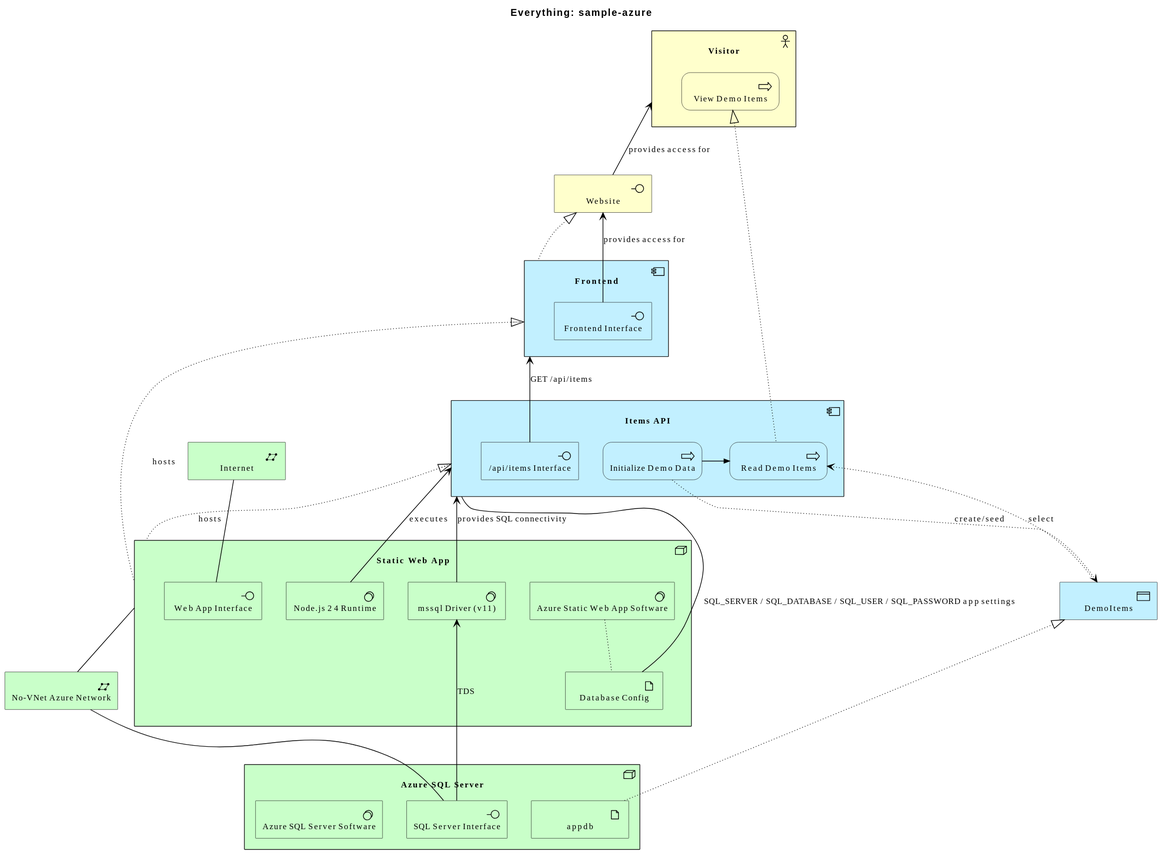
wolffy-au/frictionless-sample-azure keeps this PlantUML diagram as diagrams/overview.svg. Above is the earlier version.
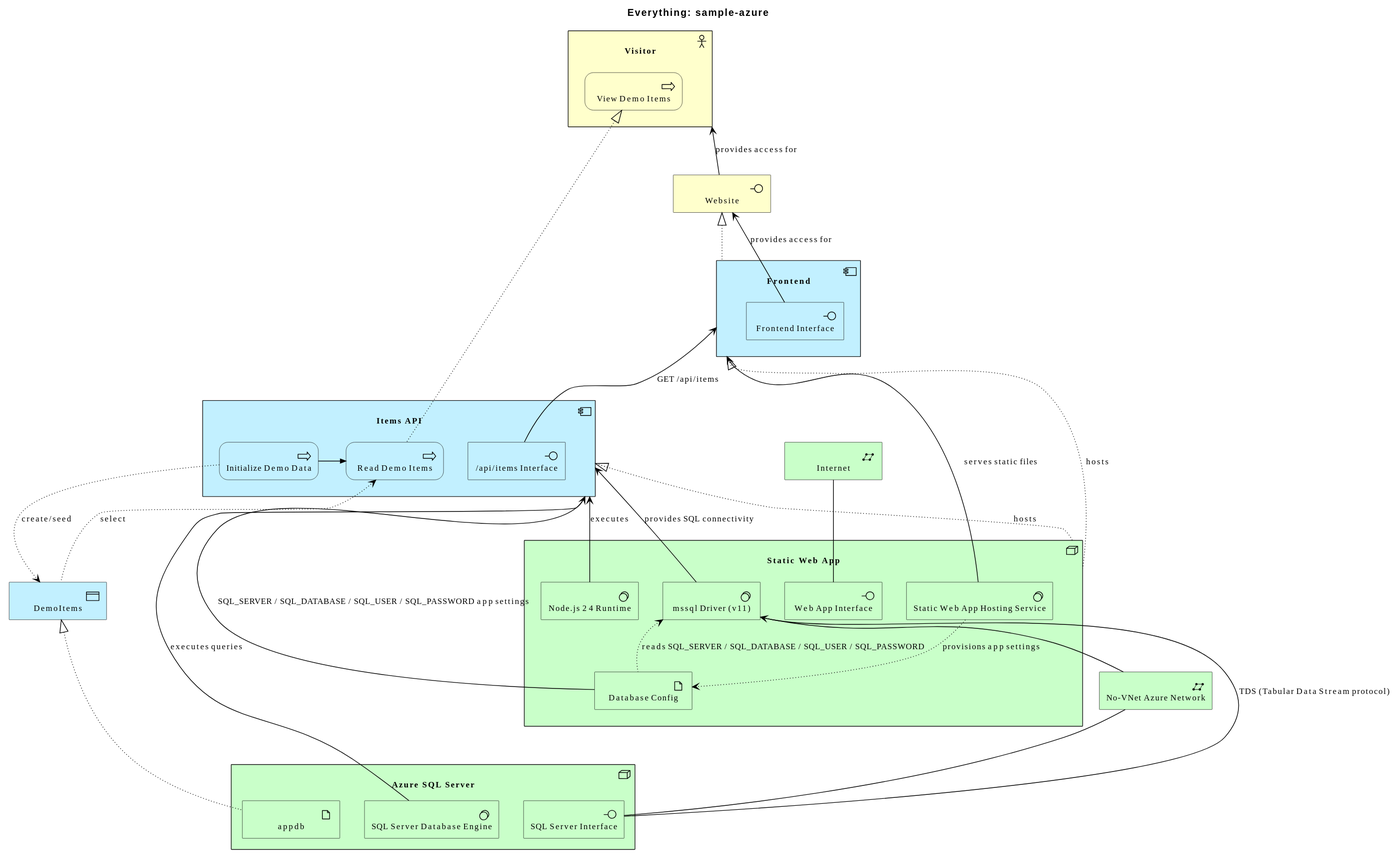
After the commit.

Commit message:
refactor(architecture): tighten sample-azure Technology layer elements and relationships

The edit, as a diff of the source:
```diff
@@ -7,14 +7,14 @@
 Technology_Node(e_id3db5d26be8ff56, "Static Web App") {
   Technology_Artifact(e_id1ee4629338065d, "Database Config")
   Technology_Interface(e_id33cc192ee35e5b, "Web App Interface")
-  Technology_SystemSoftware(e_id3b81282895f35e, "Azure Static Web App Software")
+  Technology_SystemSoftware(e_id3b81282895f35e, "Static Web App Hosting Service")
   Technology_SystemSoftware(e_id0d25a940b29254, "Node.js 24 Runtime")
   Technology_SystemSoftware(e_id4c5fc1cbb2f459, "mssql Driver (v11)")
 }
 Technology_Node(e_idd447595fb73a5f, "Azure SQL Server") {
   Technology_Artifact(e_idf0ecd6fb3b8b5b, "appdb")
   Technology_Interface(e_id76a7034dd9ab53, "SQL Server Interface")
-  Technology_SystemSoftware(e_id30920e0c9a155d, "Azure SQL Server Software")
+  Technology_SystemSoftware(e_id30920e0c9a155d, "SQL Server Database Engine")
 }
 Technology_CommunicationNetwork(e_id5deb57760c7b5f, "No-VNet Azure Network")
 Technology_CommunicationNetwork(e_id454e7b903b8357, "Internet")
@@ -34,7 +34,8 @@
 
 Rel_Realization_Up(e_idf0ecd6fb3b8b5b, e_id032efff5924e5e, "")
 Rel_Association(e_id1ee4629338065d, e_idb9118a54ded651, "SQL_SERVER / SQL_DATABASE / SQL_USER / SQL_PASSWORD app settings")
-Rel_Association(e_id3db5d26be8ff56, e_id5deb57760c7b5f, "")
+Rel_Serving_Up(e_id30920e0c9a155d, e_idb9118a54ded651, "executes queries")
+Rel_Serving_Up(e_id3b81282895f35e, e_id859316e8097157, "serves static files")
 Rel_Realization_Up(e_id3db5d26be8ff56, e_id859316e8097157, "hosts")
 Rel_Realization_Up(e_id3db5d26be8ff56, e_idb9118a54ded651, "hosts")
 Rel_Serving_Up(e_id27cc7f94392754, e_id859316e8097157, "GET /api/items")
@@ -47,8 +48,10 @@
 Rel_Serving_Up(e_idd8a8c6ca248e52, e_id66a63993dfde51, "provides access for")
 Rel_Association(e_id454e7b903b8357, e_id33cc192ee35e5b, "")
 Rel_Association(e_id5deb57760c7b5f, e_id76a7034dd9ab53, "")
-Rel_Access(e_id3b81282895f35e, e_id1ee4629338065d, "")
+Rel_Access_w(e_id3b81282895f35e, e_id1ee4629338065d, "provisions app settings")
 Rel_Serving_Up(e_id0d25a940b29254, e_idb9118a54ded651, "executes")
 Rel_Serving_Up(e_id4c5fc1cbb2f459, e_idb9118a54ded651, "provides SQL connectivity")
-Rel_Serving_Up(e_id76a7034dd9ab53, e_id4c5fc1cbb2f459, "TDS")
+Rel_Serving_Up(e_id76a7034dd9ab53, e_id4c5fc1cbb2f459, "TDS (Tabular Data Stream protocol)")
+Rel_Association(e_id4c5fc1cbb2f459, e_id5deb57760c7b5f, "")
+Rel_Access_r(e_id4c5fc1cbb2f459, e_id1ee4629338065d, "reads SQL_SERVER / SQL_DATABASE / SQL_USER / SQL_PASSWORD")
 @enduml
```
